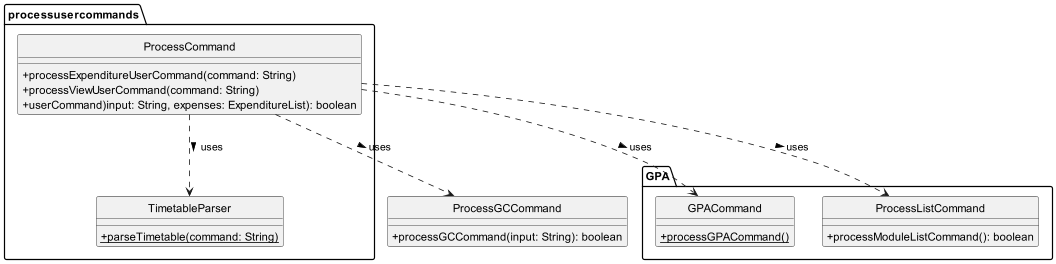
This is docs/diagrams/classdiagram/ProcessCommandCD.png from nyh3/tp, a PlantUML export, as it was before one commit.
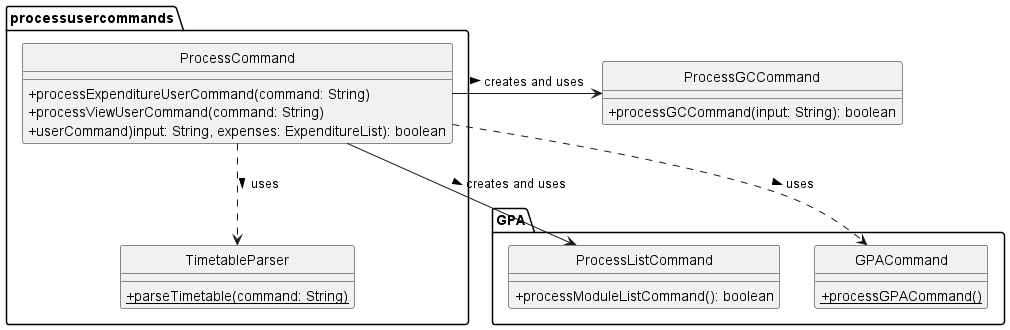
The same diagram one commit later.

Commit message:
Edit diagrams and add explanation for storage and processcommand

Change to the diagram source:
```diff
@@ -31,6 +31,6 @@
 
 ProcessCommand ..> TimetableParser: uses >
 ProcessCommand ..> GPACommand: uses >
-ProcessCommand ..> ProcessGCCommand: uses >
-ProcessCommand ..> ProcessListCommand: uses >
+ProcessCommand -> ProcessGCCommand: creates and uses >
+ProcessCommand -> ProcessListCommand: creates and uses >
 @enduml
```
